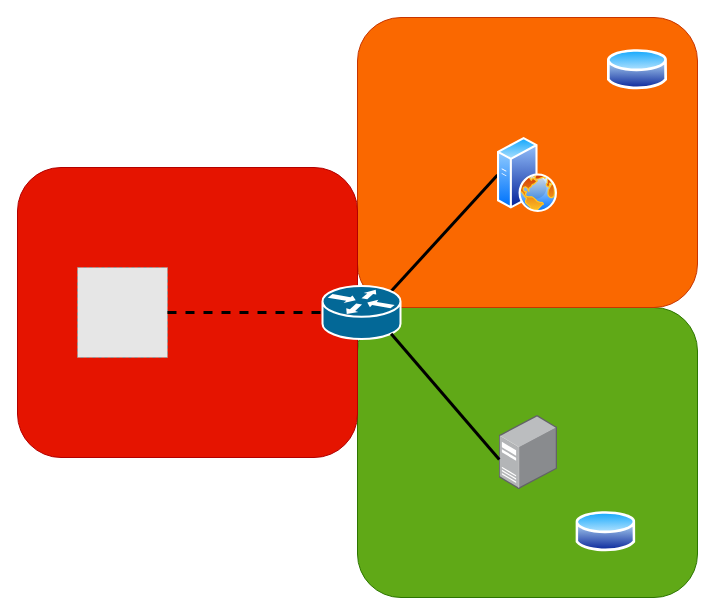
This is PoC Pentest M2.drawio from egoMasa/DevOps-JFKZ, a draw.io file, before an edit. Source tidied: cells renumbered, new cells numbered last; positions are measured from the earlier drawing's top-left corner, leaving out a move shared by most shapes. Both pictures are drawn from the tidied source at 100%, with x=0, y=0 at pixel (17, 17). Pictures stored in the file or linked from it are replaced by grey dashed boxes.
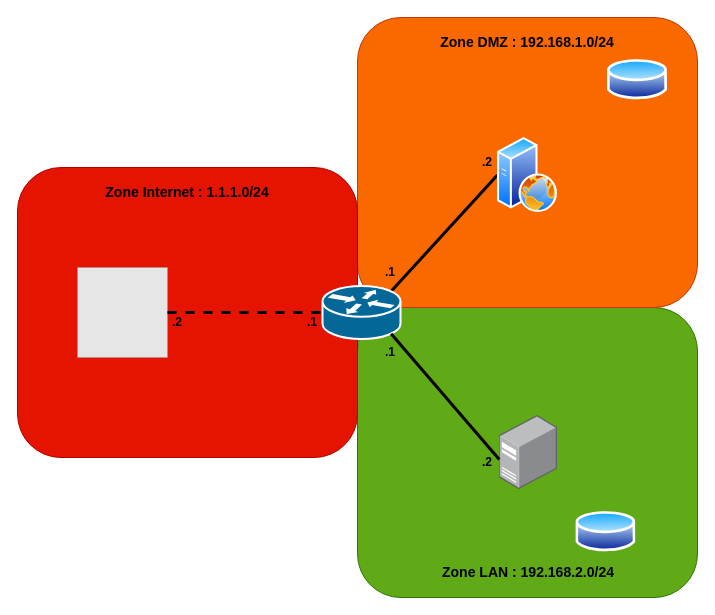
After the change.

Commit message (it also covers changes not shown here):
Mettre à jour PoC Pentest M2.drawio

Change to the diagram source:
```diff
@@
     <mxCell id="10" style="image;perimeter=ellipsePerimeter;html=1;align=center;shadow=0;dashed=0;spacingTop=3;image=img/lib/active_directory/database.svg;" parent="1" vertex="1">
-      <mxGeometry x="590" y="30" width="60" height="44.4" as="geometry" />
+      <mxGeometry x="590" y="40" width="60" height="44.4" as="geometry" />
     </mxCell>
@@
+    <mxCell id="14" value="&lt;b&gt;&lt;font style=&quot;font-size: 14px;&quot;&gt;Zone Internet : 1.1.1.0/24&lt;/font&gt;&lt;/b&gt;" style="text;html=1;whiteSpace=wrap;strokeColor=none;fillColor=none;align=center;verticalAlign=middle;rounded=0;" parent="1" vertex="1">
+      <mxGeometry x="85" y="160" width="170" height="30" as="geometry" />
+    </mxCell>
+    <mxCell id="15" value="&lt;b&gt;&lt;font style=&quot;font-size: 14px;&quot;&gt;Zone DMZ : 192.168.1.0/24&lt;/font&gt;&lt;/b&gt;" style="text;html=1;whiteSpace=wrap;strokeColor=none;fillColor=none;align=center;verticalAlign=middle;rounded=0;" parent="1" vertex="1">
+      <mxGeometry x="417.9" y="10" width="184.2" height="30" as="geometry" />
+    </mxCell>
+    <mxCell id="16" value="&lt;b&gt;&lt;font style=&quot;font-size: 14px;&quot;&gt;Zone LAN : 192.168.2.0/24&lt;/font&gt;&lt;/b&gt;" style="text;html=1;whiteSpace=wrap;strokeColor=none;fillColor=none;align=center;verticalAlign=middle;rounded=0;" parent="1" vertex="1">
+      <mxGeometry x="408.7" y="540" width="204.2" height="30" as="geometry" />
+    </mxCell>
+    <mxCell id="17" value="&lt;b&gt;.2&lt;/b&gt;" style="text;html=1;whiteSpace=wrap;strokeColor=none;fillColor=none;align=center;verticalAlign=middle;rounded=0;" parent="1" vertex="1">
+      <mxGeometry x="150" y="290" width="20" height="30" as="geometry" />
+    </mxCell>
+    <mxCell id="18" value="&lt;b&gt;.1&lt;/b&gt;" style="text;html=1;whiteSpace=wrap;strokeColor=none;fillColor=none;align=center;verticalAlign=middle;rounded=0;" parent="1" vertex="1">
+      <mxGeometry x="285" y="290" width="20" height="30" as="geometry" />
+    </mxCell>
+    <mxCell id="19" value="&lt;b&gt;.1&lt;/b&gt;" style="text;html=1;whiteSpace=wrap;strokeColor=none;fillColor=none;align=center;verticalAlign=middle;rounded=0;" parent="1" vertex="1">
+      <mxGeometry x="363" y="240" width="20" height="30" as="geometry" />
+    </mxCell>
+    <mxCell id="20" value="&lt;b&gt;.2&lt;/b&gt;" style="text;html=1;whiteSpace=wrap;strokeColor=none;fillColor=none;align=center;verticalAlign=middle;rounded=0;" parent="1" vertex="1">
+      <mxGeometry x="460" y="130" width="20" height="30" as="geometry" />
+    </mxCell>
+    <mxCell id="21" value="&lt;b&gt;.2&lt;/b&gt;" style="text;html=1;whiteSpace=wrap;strokeColor=none;fillColor=none;align=center;verticalAlign=middle;rounded=0;" parent="1" vertex="1">
+      <mxGeometry x="460" y="430" width="20" height="30" as="geometry" />
+    </mxCell>
+    <mxCell id="22" value="&lt;b&gt;.1&lt;/b&gt;" style="text;html=1;whiteSpace=wrap;strokeColor=none;fillColor=none;align=center;verticalAlign=middle;rounded=0;" parent="1" vertex="1">
+      <mxGeometry x="363" y="320" width="20" height="30" as="geometry" />
+    </mxCell>
```
